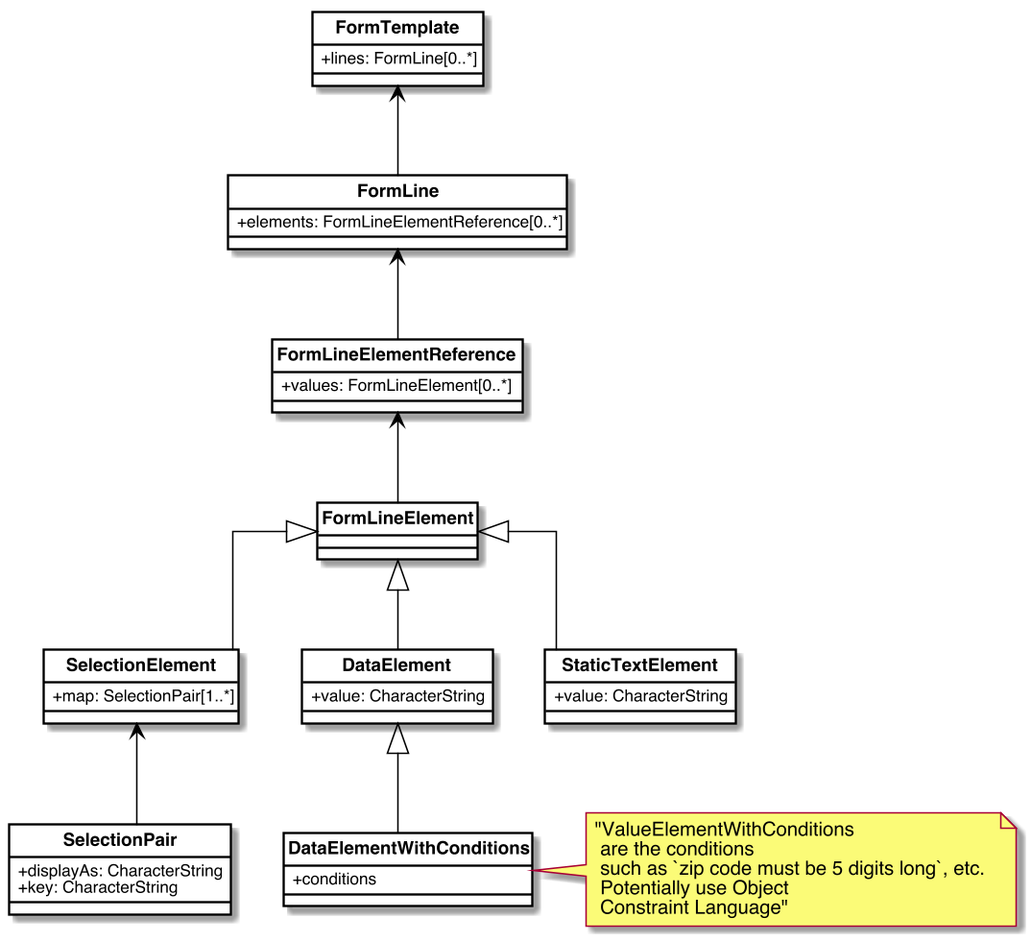
Earlier version of the PlantUML export sources/images/FormTemplate.png (CalConnect/csd-digital-addresses). The source it was exported from:
```plantuml
@startuml


skinparam Dpi 150
skinparam Monochrome false
skinparam LineType ortho
hide circle
skinparam Default {
  TextAlignment center
  FontName Helvetica
}
skinparam Class {
  AttributeIconSize 0
  BackgroundColor White
  ArrowColor Black
  BorderColor Black
  FontStyle bold
  StereotypeFontSize 10
}
skinparam Rectangle {
  BackgroundColor White
  ArrowColor Black
  BorderColor Black
  FontStyle bold
  FontSize 11
  StereotypeFontSize 10
}
skinparam Object {
  BackgroundColor White
  ArrowColor Black
  BorderColor Black
  FontStyle bold
  FontSize 11
  StereotypeFontSize 10
}

skinparam Entity {
  StereotypeFontSize 10
}



class FormTemplate {
  +lines: FormLine[0..*]
}

class FormLine{
  +elements: FormLineElementReference[0..*]
}

class FormLineElementReference{
  +values: FormLineElement[0..*]
}

class FormLineElement{
}

class SelectionPair{
  +displayAs: CharacterString
  +key: CharacterString
}

class SelectionElement{
  +map: SelectionPair[1..*]
}

class DataElement{
  +value: CharacterString
}

class StaticTextElement{
  +value: CharacterString
}

class DataElementWithConditions{
  +conditions
}


note right of DataElementWithConditions: "ValueElementWithConditions\n are the conditions\n such as `zip code must be 5 digits long`, etc.\n Potentially use Object\n Constraint Language"

FormLine -up-> FormTemplate
StaticTextElement -up-|> FormLineElement
SelectionElement -up-|> FormLineElement
DataElement -up-|> FormLineElement
DataElement <|-- DataElementWithConditions
FormLineElement -up-> FormLineElementReference
FormLineElementReference -up-> FormLine
SelectionPair -up-> SelectionElement
@enduml
```
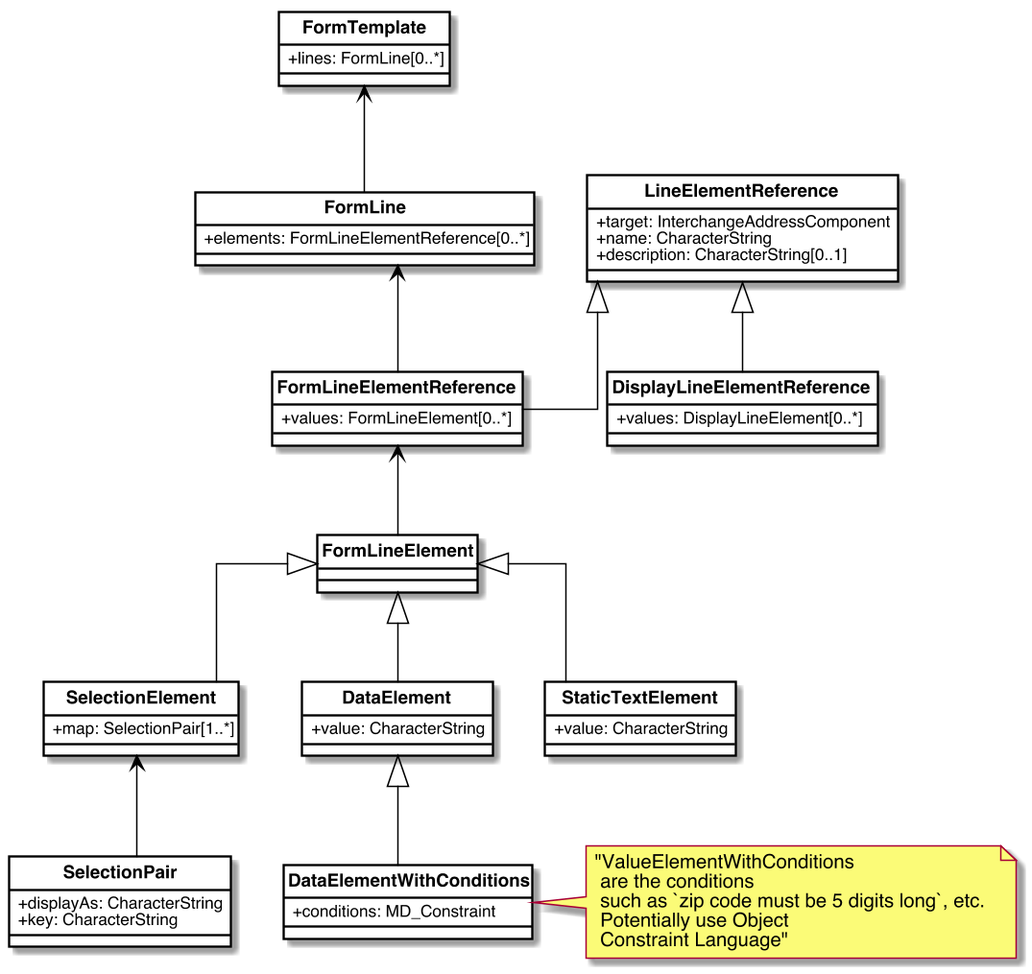
Later version of the same file.

Change to the diagram source:
```diff
@@ -40,16 +40,73 @@
 
 
 
+
+
+skinparam Dpi 150
+skinparam Monochrome false
+skinparam LineType ortho
+hide circle
+skinparam Default {
+  TextAlignment center
+  FontName Helvetica
+}
+skinparam Class {
+  AttributeIconSize 0
+  BackgroundColor White
+  ArrowColor Black
+  BorderColor Black
+  FontStyle bold
+  StereotypeFontSize 10
+}
+skinparam Rectangle {
+  BackgroundColor White
+  ArrowColor Black
+  BorderColor Black
+  FontStyle bold
+  FontSize 11
+  StereotypeFontSize 10
+}
+skinparam Object {
+  BackgroundColor White
+  ArrowColor Black
+  BorderColor Black
+  FontStyle bold
+  FontSize 11
+  StereotypeFontSize 10
+}
+
+skinparam Entity {
+  StereotypeFontSize 10
+}
+
+
+
+class LineElementReference {
+  +target: InterchangeAddressComponent
+  +name: CharacterString
+  +description: CharacterString[0..1]
+}
+
+class DisplayLineElementReference {
+  +values: DisplayLineElement[0..*]
+}
+
+class FormLineElementReference{
+  +values: FormLineElement[0..*]
+}
+
+
+
+LineElementReference <|-- DisplayLineElementReference
+LineElementReference <|-- FormLineElementReference
+
+
 class FormTemplate {
   +lines: FormLine[0..*]
 }
 
 class FormLine{
   +elements: FormLineElementReference[0..*]
-}
-
-class FormLineElementReference{
-  +values: FormLineElement[0..*]
 }
 
 class FormLineElement{
@@ -73,7 +130,7 @@
 }
 
 class DataElementWithConditions{
-  +conditions
+  +conditions: MD_Constraint
 }
 
 
```
